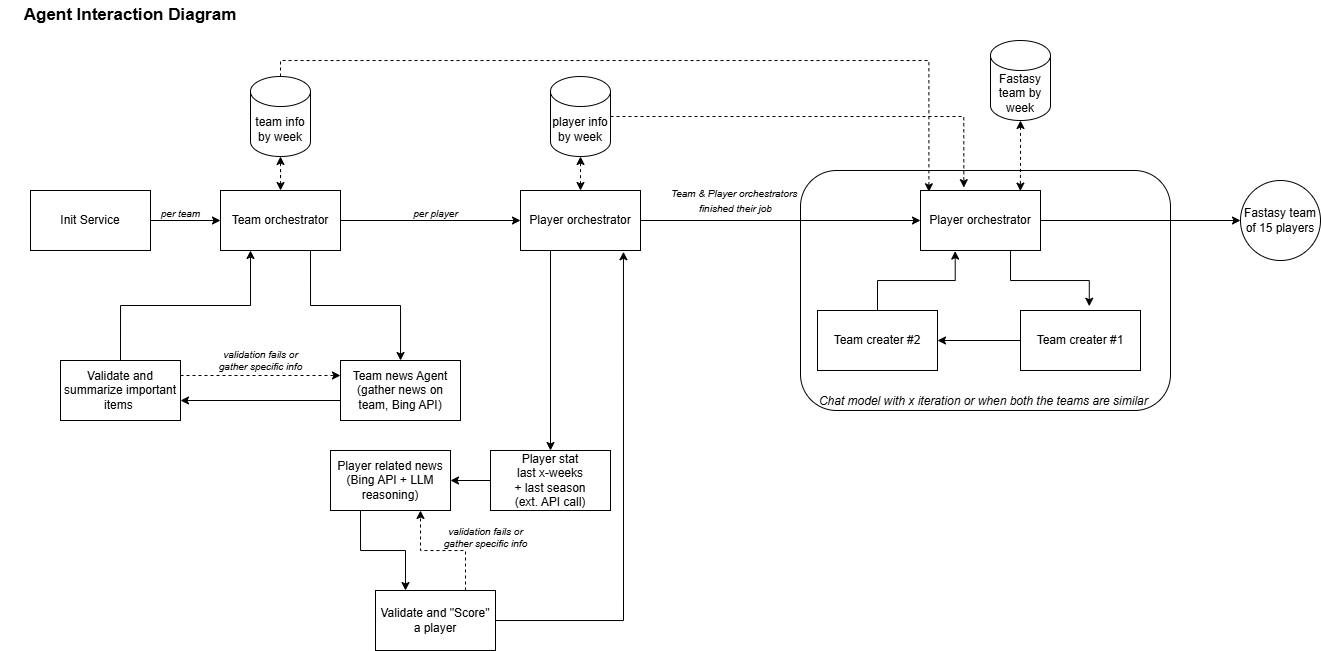
This is architecture/agent-interaction.png from sohamda/fantasy-football, a draw.io export, as it was before one commit. Source tidied: cells renumbered, new cells last; positions are measured from the earlier drawing's top-left corner, leaving out a move shared by most shapes.
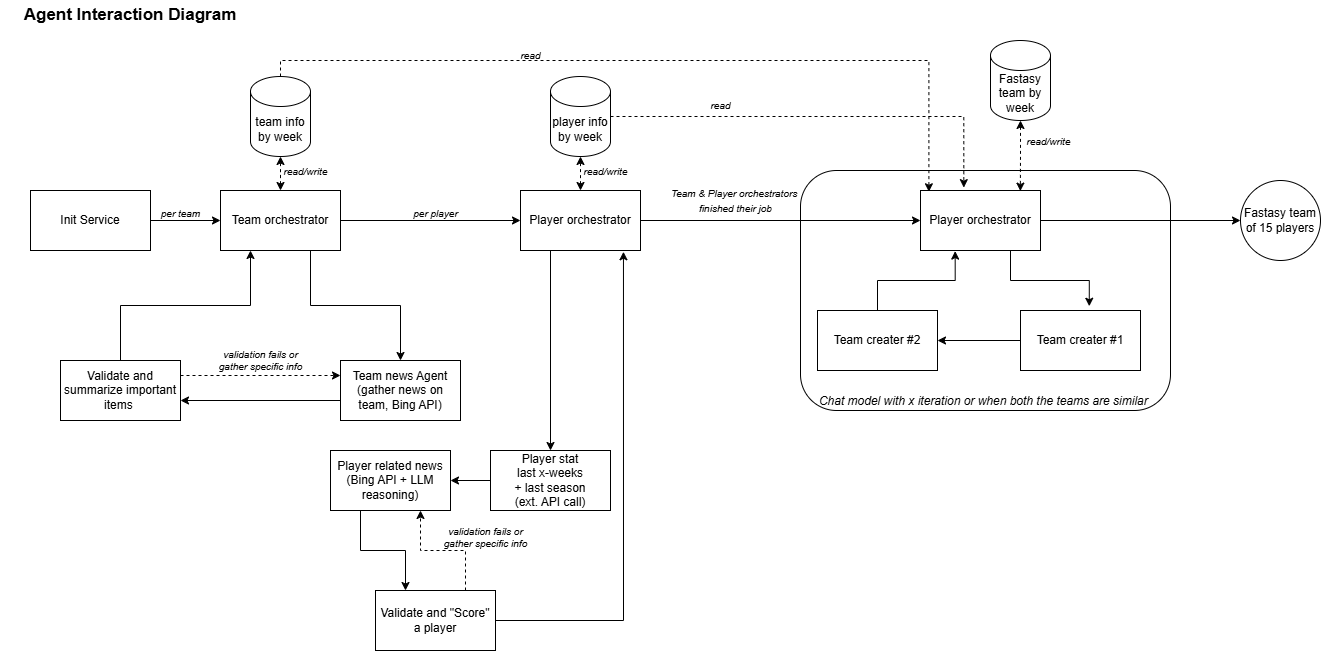
After the commit.

Change to the diagram source:
```diff
@@ -139,5 +139,20 @@
     <mxCell id="44" value="&lt;span style=&quot;font-size: 10px;&quot;&gt;&lt;i&gt;Team &amp;amp; Player orchestrators&amp;nbsp;&lt;/i&gt;&lt;/span&gt;&lt;div&gt;&lt;span style=&quot;font-size: 10px;&quot;&gt;&lt;i&gt;finished their job&lt;/i&gt;&lt;/span&gt;&lt;/div&gt;" style="text;html=1;align=center;verticalAlign=middle;strokeColor=none;fillColor=none;" parent="1" vertex="1">
       <mxGeometry x="660" y="180" width="150" height="40" as="geometry" />
     </mxCell>
+    <mxCell id="45" value="read" style="text;html=1;align=center;verticalAlign=middle;strokeColor=none;fillColor=none;fontSize=10;fontStyle=2;" parent="1" vertex="1">
+      <mxGeometry x="510" y="40" width="40" height="30" as="geometry" />
+    </mxCell>
+    <mxCell id="46" value="read" style="text;html=1;align=center;verticalAlign=middle;strokeColor=none;fillColor=none;fontSize=10;fontStyle=2;" parent="1" vertex="1">
+      <mxGeometry x="700" y="90" width="40" height="30" as="geometry" />
+    </mxCell>
+    <mxCell id="47" value="read/write" style="text;html=1;align=center;verticalAlign=middle;strokeColor=none;fillColor=none;fontSize=10;fontStyle=2;" parent="1" vertex="1">
+      <mxGeometry x="1013" y="126" width="70" height="30" as="geometry" />
+    </mxCell>
+    <mxCell id="48" value="read/write" style="text;html=1;align=center;verticalAlign=middle;strokeColor=none;fillColor=none;fontSize=10;fontStyle=2;" parent="1" vertex="1">
+      <mxGeometry x="570" y="156" width="70" height="30" as="geometry" />
+    </mxCell>
+    <mxCell id="49" value="read/write" style="text;html=1;align=center;verticalAlign=middle;strokeColor=none;fillColor=none;fontSize=10;fontStyle=2;" parent="1" vertex="1">
+      <mxGeometry x="270" y="156" width="70" height="30" as="geometry" />
+    </mxCell>
   </root>
 </mxGraphModel>
```
